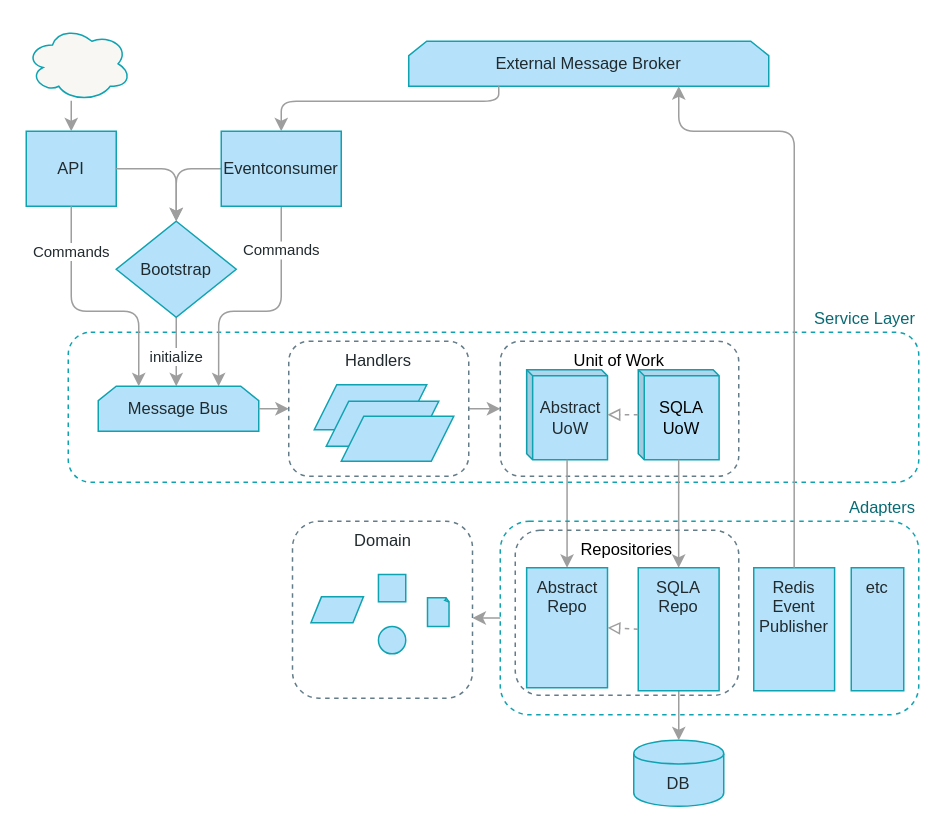
Before: page "recap diagram" (11 of 11) of maps.drawio in cosmicpython/book, a draw.io diagram. Source tidied: cells renumbered, new cells numbered last; positions are measured from the earlier drawing's top-left corner, leaving out a move shared by most shapes. Both pictures are drawn from the tidied source at 150%, with x=0, y=0 at pixel (26, 26).
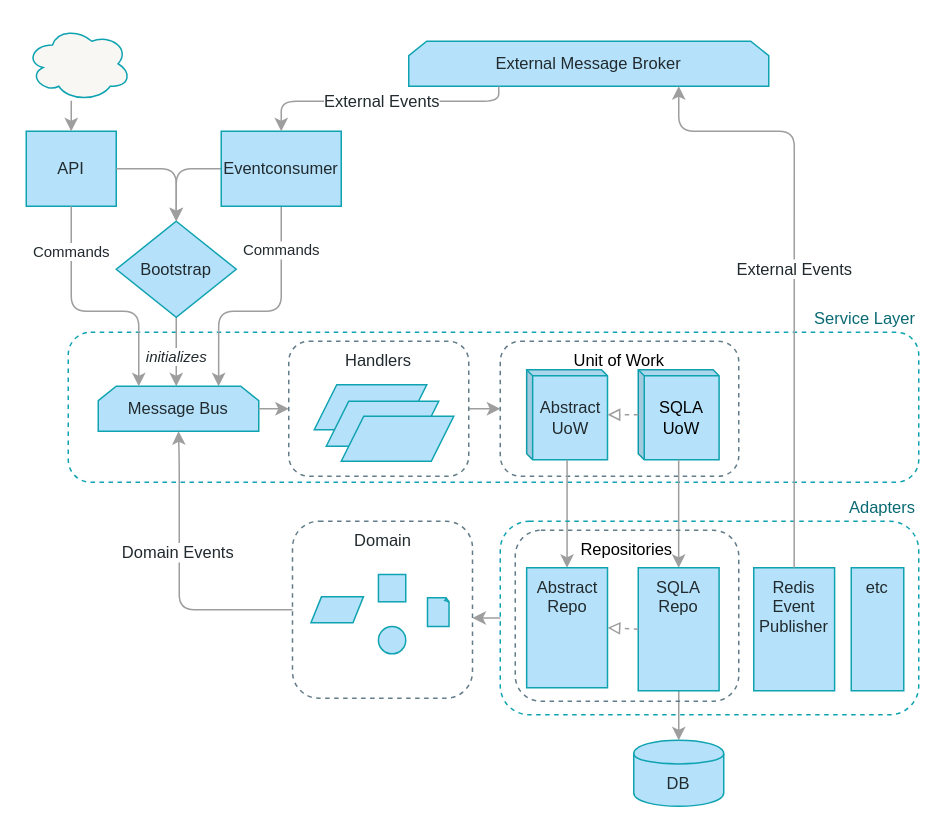
After the change.

Commit message (it also covers changes not shown here):
Add some extra events arrows

Unchanged cells that the change refers to:
```xml
<mxCell id="6" value="Message Bus" style="shape=loopLimit;whiteSpace=wrap;html=1;fontFamily=Guardian Sans Cond Light;fontSize=11;fontColor=#212A2E;align=center;strokeColor=#0FA3B1;fillColor=#B5E2FA;size=12;gradientColor=none;" parent="1" vertex="1">
  <mxGeometry x="48" y="240" width="107" height="30" as="geometry" />
</mxCell>
<mxCell id="11" value="Domain" style="rounded=1;whiteSpace=wrap;html=1;fontFamily=Guardian Sans Cond Light;verticalAlign=top;fontSize=11;fontColor=#212A2E;fillColor=none;strokeColor=#637C89;dashed=1;" parent="10" vertex="1">
  <mxGeometry width="120" height="118" as="geometry" />
</mxCell>
<mxCell id="25" value="Bootstrap" style="rhombus;whiteSpace=wrap;html=1;rounded=0;shadow=0;glass=0;comic=0;strokeColor=#0FA3B1;fillColor=#B5E2FA;gradientColor=none;fontFamily=Guardian Sans Cond Light;fontSize=11;fontColor=#212A2E;align=center;" parent="1" vertex="1">
  <mxGeometry x="60" y="130" width="80" height="64" as="geometry" />
</mxCell>
<mxCell id="26" value="&lt;div style=&quot;font-size: 11px;&quot;&gt;Eventconsumer&lt;/div&gt;" style="rounded=0;whiteSpace=wrap;html=1;fontFamily=Guardian Sans Cond Light;fontSize=11;fontColor=#212A2E;align=center;strokeColor=#0FA3B1;fillColor=#B5E2FA;" parent="1" vertex="1">
  <mxGeometry x="130" y="70" width="80" height="50" as="geometry" />
</mxCell>
<mxCell id="35" value="Redis&lt;br style=&quot;font-size: 11px;&quot;&gt;Event&lt;br style=&quot;font-size: 11px;&quot;&gt;Publisher" style="whiteSpace=wrap;html=1;strokeColor=#0FA3B1;fillColor=#B5E2FA;gradientColor=none;fontFamily=Guardian Sans Cond Light;fontSize=11;fontColor=#212A2E;verticalAlign=top;" parent="1" vertex="1">
  <mxGeometry x="485" y="361" width="53.9" height="82" as="geometry" />
</mxCell>
<mxCell id="42" value="External Message Broker " style="shape=loopLimit;whiteSpace=wrap;html=1;fontFamily=Guardian Sans Cond Light;fontSize=11;fontColor=#212A2E;align=center;strokeColor=#0FA3B1;fillColor=#B5E2FA;size=12;gradientColor=none;" parent="1" vertex="1">
  <mxGeometry x="255" y="10" width="240" height="30" as="geometry" />
</mxCell>
```

Diff of the diagram source:
```diff
@@
-    <mxCell id="3" value="initialize" style="edgeStyle=orthogonalEdgeStyle;jettySize=auto;html=1;strokeColor=#9E9E9E;fillColor=#B5E2FA;fontFamily=Guardian Sans Cond Light;fontSize=10;fontColor=#212A2E;verticalAlign=middle;exitX=0.5;exitY=1;exitDx=0;exitDy=0;" parent="1" edge="1" source="25">
+    <mxCell id="3" value="initializes" style="edgeStyle=orthogonalEdgeStyle;jettySize=auto;html=1;strokeColor=#9E9E9E;fillColor=#B5E2FA;fontFamily=Guardian Sans Cond Light;fontSize=10;fontColor=#212A2E;verticalAlign=middle;exitX=0.5;exitY=1;exitDx=0;exitDy=0;fontStyle=2;" parent="1" edge="1" source="25">
       <mxGeometry x="0.13" relative="1" as="geometry">
         <mxPoint x="100" y="240" as="targetPoint" />
         <Array as="points">
           <mxPoint x="100" y="220" />
           <mxPoint x="100" y="220" />
         </Array>
       </mxGeometry>
     </mxCell>
@@
-    <mxCell id="43" style="edgeStyle=orthogonalEdgeStyle;jettySize=auto;html=1;strokeColor=#9E9E9E;fillColor=#B5E2FA;fontFamily=Guardian Sans Cond Light;fontSize=11;fontColor=#212A2E;entryX=0.5;entryY=0;entryDx=0;entryDy=0;exitX=0.25;exitY=1;exitDx=0;exitDy=0;" parent="1" edge="1" source="42" target="26">
+    <mxCell id="43" value="External Events" style="edgeStyle=orthogonalEdgeStyle;jettySize=auto;html=1;strokeColor=#9E9E9E;fillColor=#B5E2FA;fontFamily=Guardian Sans Cond Light;fontSize=11;fontColor=#212A2E;entryX=0.5;entryY=0;entryDx=0;entryDy=0;exitX=0.25;exitY=1;exitDx=0;exitDy=0;" parent="1" edge="1" source="42" target="26">
       <mxGeometry relative="1" as="geometry">
         <Array as="points">
           <mxPoint x="315" y="50" />
           <mxPoint x="170" y="50" />
         </Array>
       </mxGeometry>
     </mxCell>
     <mxCell id="44" value="Repositories" style="whiteSpace=wrap;html=1;strokeColor=#637C89;fillColor=none;gradientColor=none;fontFamily=Guardian Sans Cond Light;fontSize=11;fontColor=#000000;verticalAlign=top;rounded=1;dashed=1;" parent="1" vertex="1">
-      <mxGeometry x="326" y="336" width="149" height="110" as="geometry" />
+      <mxGeometry x="326" y="336" width="149" height="114" as="geometry" />
     </mxCell>
-    <mxCell id="45" style="edgeStyle=orthogonalEdgeStyle;jettySize=auto;html=1;strokeColor=#9E9E9E;fillColor=#B5E2FA;fontFamily=Guardian Sans Cond Light;fontSize=11;fontColor=#212A2E;exitX=0.5;exitY=0;exitDx=0;exitDy=0;entryX=0.75;entryY=1;entryDx=0;entryDy=0;" parent="1" edge="1" source="35" target="42">
+    <mxCell id="45" value="External Events" style="edgeStyle=orthogonalEdgeStyle;jettySize=auto;html=1;strokeColor=#9E9E9E;fillColor=#B5E2FA;fontFamily=Guardian Sans Cond Light;fontSize=11;fontColor=#212A2E;exitX=0.5;exitY=0;exitDx=0;exitDy=0;entryX=0.75;entryY=1;entryDx=0;entryDy=0;" parent="1" edge="1" source="35" target="42">
       <mxGeometry relative="1" as="geometry">
         <Array as="points">
           <mxPoint x="512" y="70" />
           <mxPoint x="435" y="70" />
         </Array>
       </mxGeometry>
     </mxCell>
+    <mxCell id="46" value="Domain Events" style="edgeStyle=orthogonalEdgeStyle;jettySize=auto;html=1;strokeColor=#9E9E9E;fillColor=#B5E2FA;fontFamily=Guardian Sans Cond Light;fontSize=11;fontColor=#212A2E;entryX=0.5;entryY=1;entryDx=0;entryDy=0;" parent="1" edge="1" source="11" target="6">
+      <mxGeometry x="0.17" y="1" relative="1" as="geometry">
+        <Array as="points">
+          <mxPoint x="102" y="389" />
+          <mxPoint x="102" y="290" />
+          <mxPoint x="102" y="290" />
+        </Array>
+      </mxGeometry>
+    </mxCell>
```
